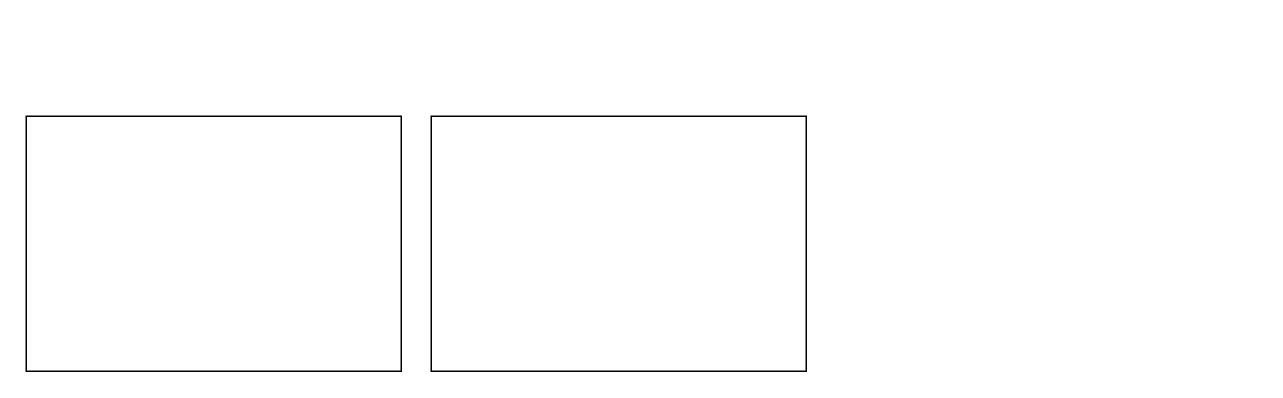
Above: Untitled Diagram.drawio in asifaminb/draw.io (draw.io), before the change. Source tidied: cells renumbered, new cells numbered last; positions are measured from the earlier drawing's top-left corner, leaving out a move shared by most shapes. Both pictures are drawn from the tidied source at 150%, with x=0, y=0 at pixel (26, 116).
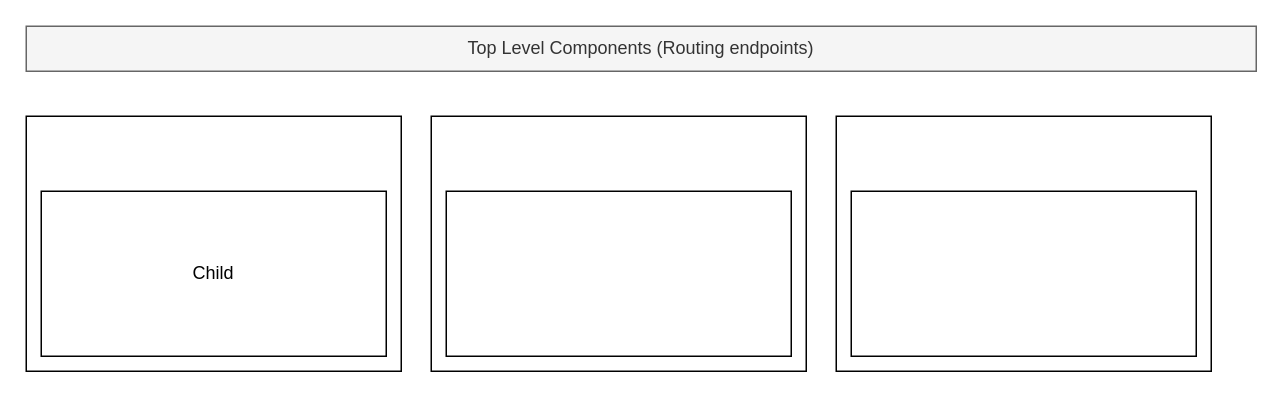
The same diagram, later.

Diff of the diagram source:
```diff
@@
 <mxGraphModel>
   <root>
     <mxCell id="0" />
     <mxCell id="1" parent="0" />
     <mxCell id="2" style="rounded=0;whiteSpace=wrap;html=1;" parent="1" vertex="1">
       <mxGeometry width="250" height="170" as="geometry" />
     </mxCell>
     <mxCell id="3" style="rounded=0;whiteSpace=wrap;html=1;" parent="1" vertex="1">
       <mxGeometry x="270" width="250" height="170" as="geometry" />
     </mxCell>
+    <mxCell id="4" style="rounded=0;whiteSpace=wrap;html=1;" parent="1" vertex="1">
+      <mxGeometry x="540" width="250" height="170" as="geometry" />
+    </mxCell>
+    <mxCell id="5" value="Top Level Components (Routing endpoints)" style="text;html=1;strokeColor=#666666;fillColor=#f5f5f5;align=center;verticalAlign=middle;whiteSpace=wrap;rounded=0;fontColor=#333333;" parent="1" vertex="1">
+      <mxGeometry y="-60" width="820" height="30" as="geometry" />
+    </mxCell>
+    <mxCell id="6" value="Child" style="rounded=0;whiteSpace=wrap;html=1;" parent="1" vertex="1">
+      <mxGeometry x="10" y="50" width="230" height="110" as="geometry" />
+    </mxCell>
+    <mxCell id="7" style="rounded=0;whiteSpace=wrap;html=1;" parent="1" vertex="1">
+      <mxGeometry x="280" y="50" width="230" height="110" as="geometry" />
+    </mxCell>
+    <mxCell id="8" style="rounded=0;whiteSpace=wrap;html=1;" parent="1" vertex="1">
+      <mxGeometry x="550" y="50" width="230" height="110" as="geometry" />
+    </mxCell>
   </root>
 </mxGraphModel>
```
